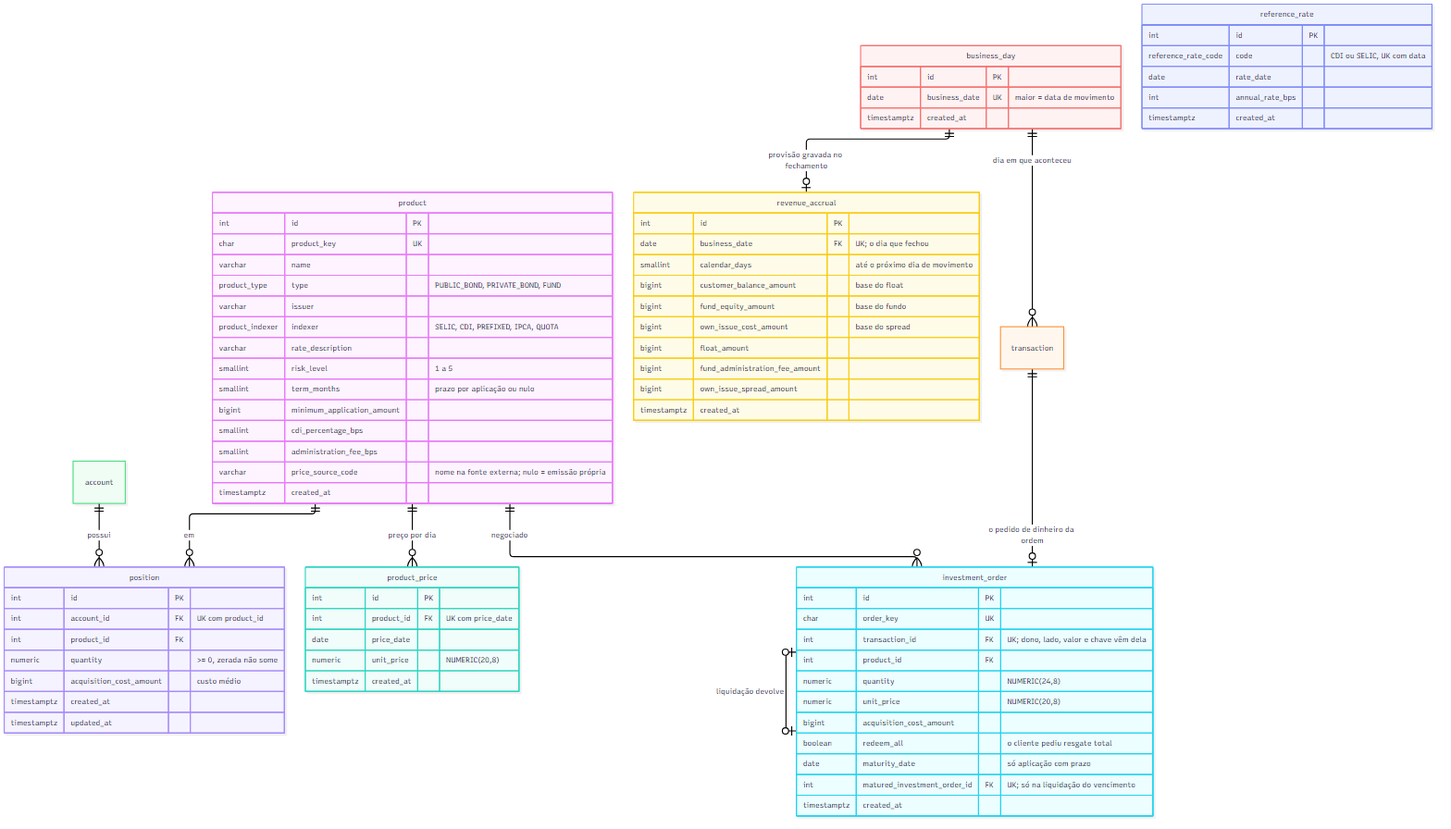
This is docs/diagramas/er-produtos-e-ordens.png from heluylucas/bootcamp-qi-tech-presidas-, a Mermaid export, as it was before one commit. Its source is kept beside it as docs/diagramas/er-produtos-e-ordens.mmd.
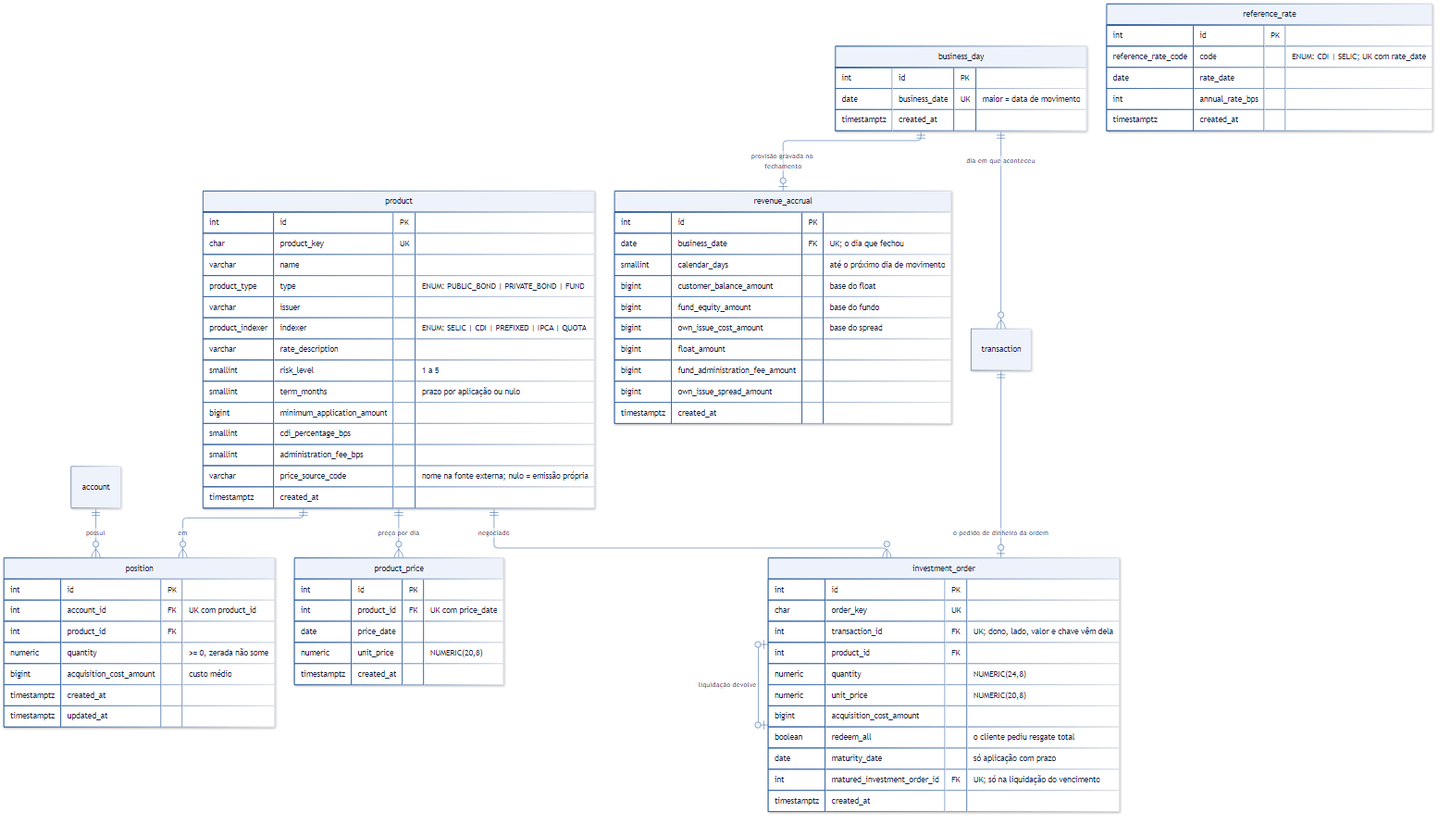
After the change.

The edit, as a diff of the source:
```diff
@@ -1,5 +1,16 @@
 ---
 config:
+  theme: base
+  themeVariables:
+    primaryColor: "#eef3fb"
+    primaryBorderColor: "#2f5f9e"
+    primaryTextColor: "#10233f"
+    lineColor: "#2f5f9e"
+    secondaryColor: "#f7f9fd"
+    tertiaryColor: "#ffffff"
+    noteBkgColor: "#f7f9fd"
+    noteBorderColor: "#2f5f9e"
+    noteTextColor: "#10233f"
   layout: elk
   elk:
     mergeEdges: false
@@ -19,9 +30,9 @@
         int id PK
         char product_key UK
         varchar name
-        product_type type "PUBLIC_BOND, PRIVATE_BOND, FUND"
+        product_type type "ENUM: PUBLIC_BOND | PRIVATE_BOND | FUND"
         varchar issuer
-        product_indexer indexer "SELIC, CDI, PREFIXED, IPCA, QUOTA"
+        product_indexer indexer "ENUM: SELIC | CDI | PREFIXED | IPCA | QUOTA"
         varchar rate_description
         smallint risk_level "1 a 5"
         smallint term_months "prazo por aplicação ou nulo"
@@ -45,7 +56,7 @@
     }
     reference_rate {
         int id PK
-        reference_rate_code code "CDI ou SELIC, UK com data"
+        reference_rate_code code "ENUM: CDI | SELIC; UK com rate_date"
         date rate_date
         int annual_rate_bps
         timestamptz created_at
```
